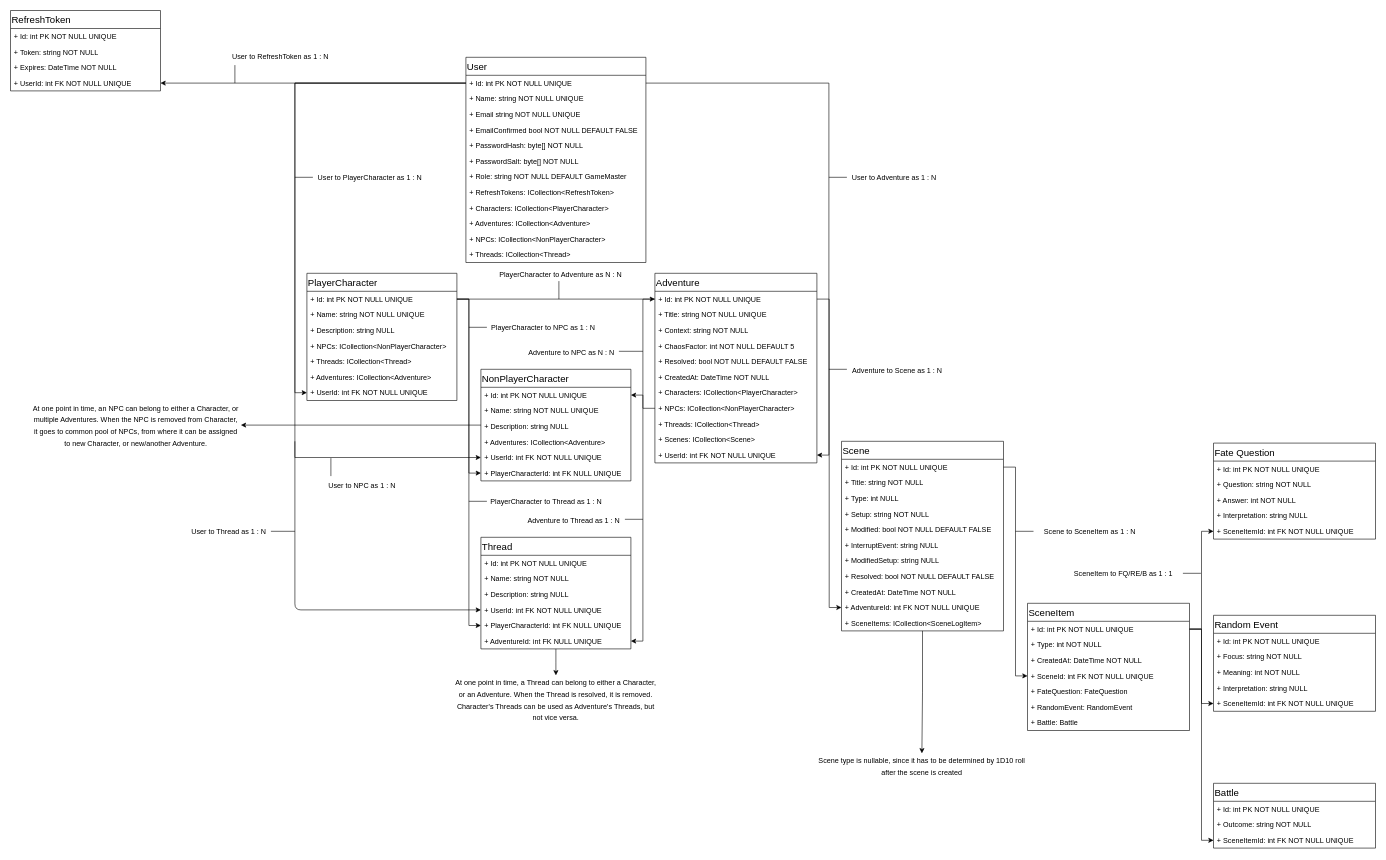
This is page "Data Structure" (3 of 3) of App Flow and Data Structure.drawio from StanisKo/MGME, a draw.io file, before an edit. Source tidied: cells renumbered, new cells numbered last; positions are measured from the earlier drawing's top-left corner, leaving out a move shared by most shapes. Both pictures are drawn from the tidied source at 60%, with x=0, y=0 at pixel (10, 10).
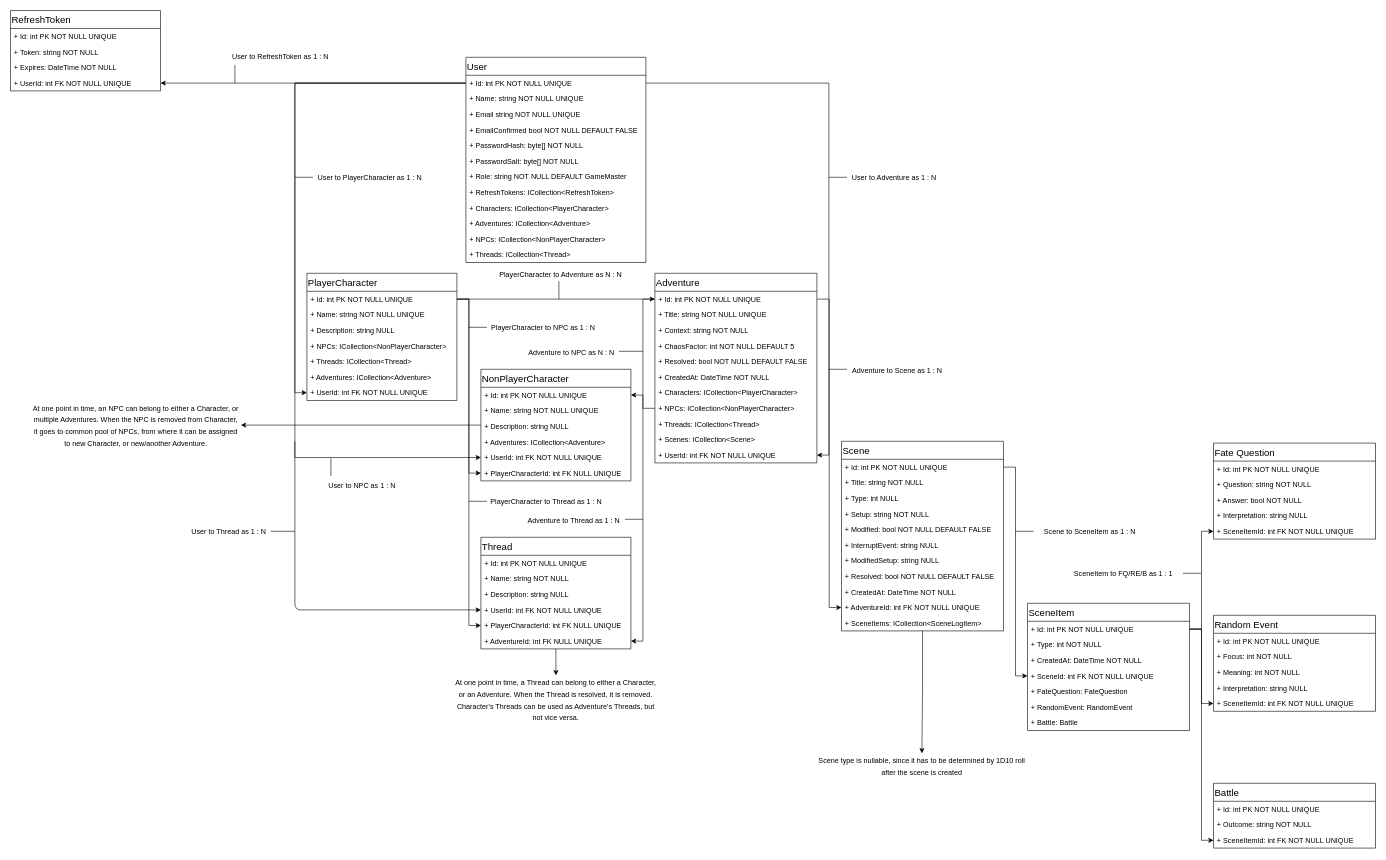
The same page after the edit.

Unchanged cells that the change refers to:
```xml
<mxCell id="76" value="Fate Question" style="swimlane;fontStyle=0;align=left;verticalAlign=top;horizontal=1;startSize=30;rounded=0;strokeColor=#000000;strokeWidth=1;fillColor=none;fontSize=16;fontColor=#000000;" parent="1" vertex="1">
  <mxGeometry x="2005" y="721" width="270" height="160" as="geometry" />
</mxCell>
<mxCell id="88" value="Random Event" style="swimlane;fontStyle=0;align=left;verticalAlign=top;horizontal=1;startSize=30;rounded=0;strokeColor=#000000;strokeWidth=1;fillColor=none;fontSize=16;fontColor=#000000;" parent="1" vertex="1">
  <mxGeometry x="2005" y="1008" width="270" height="160" as="geometry" />
</mxCell>
```

Diff of the diagram source:
```diff
@@
-    <mxCell id="79" value="+ Answer: int NOT NULL" style="text;strokeColor=none;fillColor=none;align=left;verticalAlign=top;spacingLeft=4;spacingRight=4;overflow=hidden;" parent="76" vertex="1">
+    <mxCell id="79" value="+ Answer: bool NOT NULL" style="text;strokeColor=none;fillColor=none;align=left;verticalAlign=top;spacingLeft=4;spacingRight=4;overflow=hidden;" parent="76" vertex="1">
       <mxGeometry y="82" width="270" height="26" as="geometry" />
     </mxCell>
@@
-    <mxCell id="90" value="+ Focus: string NOT NULL" style="text;strokeColor=none;fillColor=none;align=left;verticalAlign=top;spacingLeft=4;spacingRight=4;overflow=hidden;" parent="88" vertex="1">
+    <mxCell id="90" value="+ Focus: int NOT NULL" style="text;strokeColor=none;fillColor=none;align=left;verticalAlign=top;spacingLeft=4;spacingRight=4;overflow=hidden;" parent="88" vertex="1">
       <mxGeometry y="56" width="270" height="26" as="geometry" />
     </mxCell>
```
